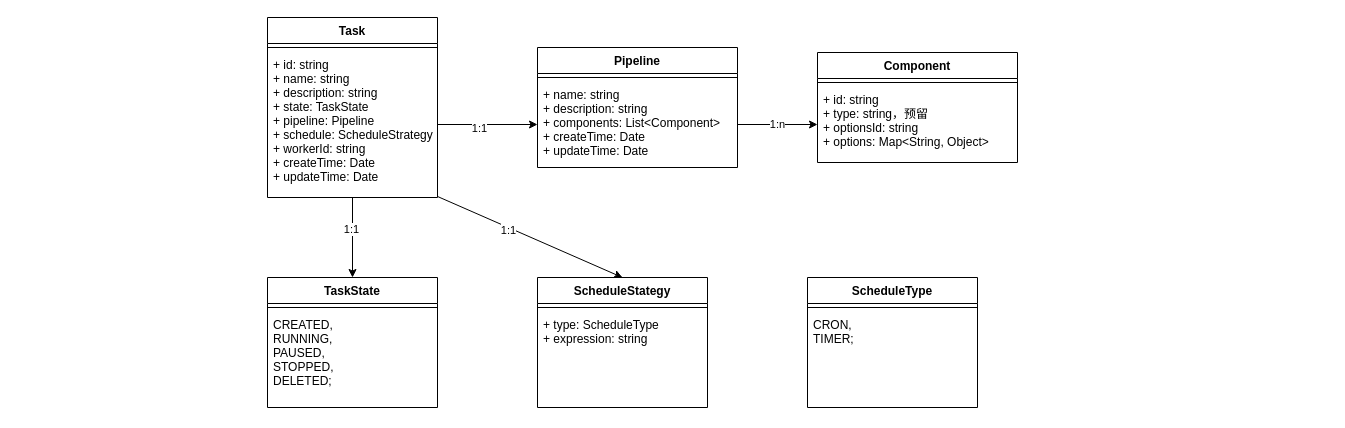
This is page "领域模型" (3 of 12) of 自助式接入.drawio from dophinlife/drawio, a draw.io file, before an edit. Source tidied: cells renumbered, new cells numbered last; positions are measured from the earlier drawing's top-left corner, leaving out a move shared by most shapes. Both pictures are drawn from the tidied source at 100%, with x=0, y=0 at pixel (267, 17).
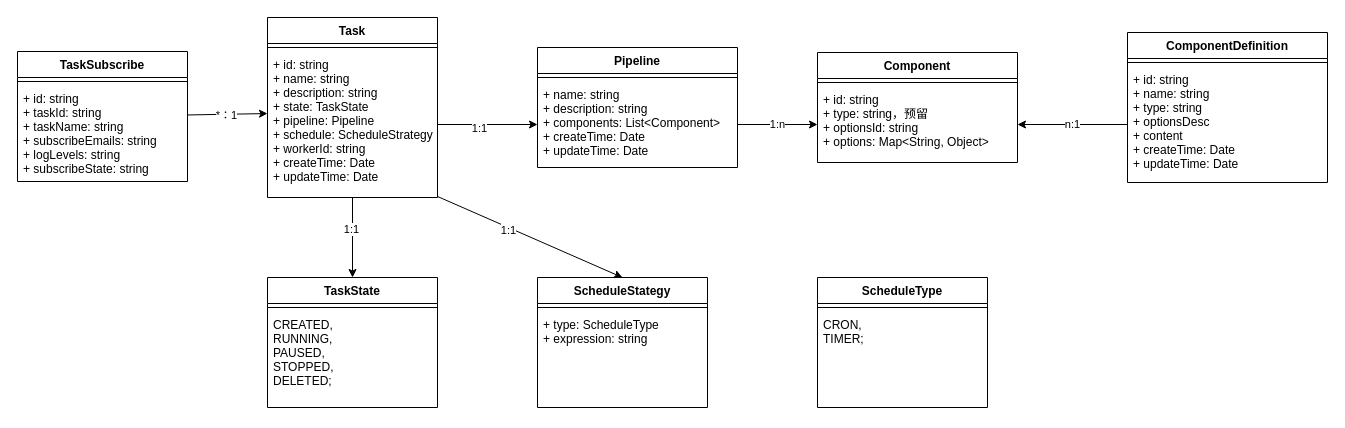
The same page after the edit.

Unchanged cells that the change refers to:
```xml
<mxCell id="11" value="+ id: string&#10;+ name: string&#10;+ description: string&#10;+ state: TaskState&#10;+ pipeline: Pipeline&#10;+ schedule: ScheduleStrategy&#10;+ workerId: string&#10;+ createTime: Date&#10;+ updateTime: Date" style="text;strokeColor=none;fillColor=none;align=left;verticalAlign=top;spacingLeft=4;spacingRight=4;overflow=hidden;points=[[0,0.5],[1,0.5]];portConstraint=eastwest;" parent="9" vertex="1">
  <mxGeometry y="34" width="170" height="146" as="geometry" />
</mxCell>
<mxCell id="15" value="+ id: string&#10;+ type: string，预留&#10;+ optionsId: string&#10;+ options: Map&lt;String, Object&gt;" style="text;strokeColor=none;fillColor=none;align=left;verticalAlign=top;spacingLeft=4;spacingRight=4;overflow=hidden;points=[[0,0.5],[1,0.5]];portConstraint=eastwest;" parent="13" vertex="1">
  <mxGeometry y="34" width="200" height="76" as="geometry" />
</mxCell>
```

Change to the diagram source:
```diff
@@
-    <mxCell id="19" value="ScheduleStategy" style="swimlane;fontStyle=1;align=center;verticalAlign=top;horizontal=1;startSize=26;" parent="1" vertex="1">
-      <mxGeometry x="270" y="260" width="170" height="130" as="geometry" />
-    </mxCell>
-    <mxCell id="20" style="line;strokeWidth=1;fillColor=none;align=left;verticalAlign=middle;spacingTop=-1;spacingLeft=3;spacingRight=3;labelPosition=right;" parent="19" vertex="1">
-      <mxGeometry y="26" width="170" height="8" as="geometry" />
-    </mxCell>
-    <mxCell id="21" value="+ type: ScheduleType&#10;+ expression: string" style="text;strokeColor=none;fillColor=none;align=left;verticalAlign=top;spacingLeft=4;spacingRight=4;overflow=hidden;" parent="19" vertex="1">
-      <mxGeometry y="34" width="170" height="96" as="geometry" />
-    </mxCell>
@@
     <mxCell id="24" value="ScheduleType" style="swimlane;fontStyle=1;align=center;verticalAlign=top;horizontal=1;startSize=26;" parent="1" vertex="1">
-      <mxGeometry x="540" y="260" width="170" height="130" as="geometry" />
+      <mxGeometry x="550" y="260" width="170" height="130" as="geometry" />
     </mxCell>
@@
+    <mxCell id="27" value="n:1" style="edgeStyle=none;rounded=0;jettySize=auto;html=1;" parent="1" edge="1" source="30" target="15">
+      <mxGeometry relative="1" as="geometry" />
+    </mxCell>
+    <mxCell id="28" value="ComponentDefinition" style="swimlane;fontStyle=1;align=center;verticalAlign=top;horizontal=1;startSize=26;" parent="1" vertex="1">
+      <mxGeometry x="860" y="15" width="200" height="150" as="geometry" />
+    </mxCell>
+    <mxCell id="29" style="line;strokeWidth=1;fillColor=none;align=left;verticalAlign=middle;spacingTop=-1;spacingLeft=3;spacingRight=3;labelPosition=right;" parent="28" vertex="1">
+      <mxGeometry y="26" width="200" height="8" as="geometry" />
+    </mxCell>
+    <mxCell id="30" value="+ id: string&#10;+ name: string&#10;+ type: string&#10;+ optionsDesc&#10;+ content&#10;+ createTime: Date&#10;+ updateTime: Date" style="text;strokeColor=none;fillColor=none;align=left;verticalAlign=top;spacingLeft=4;spacingRight=4;overflow=hidden;points=[[0,0.5],[1,0.5]];portConstraint=eastwest;" parent="28" vertex="1">
+      <mxGeometry y="34" width="200" height="116" as="geometry" />
+    </mxCell>
+    <mxCell id="19" value="ScheduleStategy" style="swimlane;fontStyle=1;align=center;verticalAlign=top;horizontal=1;startSize=26;" parent="1" vertex="1">
+      <mxGeometry x="270" y="260" width="170" height="130" as="geometry" />
+    </mxCell>
+    <mxCell id="20" style="line;strokeWidth=1;fillColor=none;align=left;verticalAlign=middle;spacingTop=-1;spacingLeft=3;spacingRight=3;labelPosition=right;" parent="19" vertex="1">
+      <mxGeometry y="26" width="170" height="8" as="geometry" />
+    </mxCell>
+    <mxCell id="21" value="+ type: ScheduleType&#10;+ expression: string" style="text;strokeColor=none;fillColor=none;align=left;verticalAlign=top;spacingLeft=4;spacingRight=4;overflow=hidden;" parent="19" vertex="1">
+      <mxGeometry y="34" width="170" height="96" as="geometry" />
+    </mxCell>
+    <mxCell id="31" style="edgeStyle=none;rounded=0;jettySize=auto;html=1;entryX=0;entryY=0.425;entryDx=0;entryDy=0;entryPerimeter=0;" parent="1" edge="1" source="33" target="11">
+      <mxGeometry relative="1" as="geometry" />
+    </mxCell>
+    <mxCell id="32" value="*：1" style="edgeLabel;html=1;align=center;verticalAlign=middle;" parent="31" vertex="1">
+      <mxGeometry x="-0.05" y="-1" relative="1" as="geometry" />
+    </mxCell>
+    <mxCell id="33" value="TaskSubscribe" style="swimlane;fontStyle=1;align=center;verticalAlign=top;horizontal=1;startSize=26;" parent="1" vertex="1">
+      <mxGeometry x="-250" y="34" width="170" height="130" as="geometry" />
+    </mxCell>
+    <mxCell id="34" style="line;strokeWidth=1;fillColor=none;align=left;verticalAlign=middle;spacingTop=-1;spacingLeft=3;spacingRight=3;labelPosition=right;" parent="33" vertex="1">
+      <mxGeometry y="26" width="170" height="8" as="geometry" />
+    </mxCell>
+    <mxCell id="35" value="+ id: string&#10;+ taskId: string&#10;+ taskName: string&#10;+ subscribeEmails: string&#10;+ logLevels: string&#10;+ subscribeState: string" style="text;strokeColor=none;fillColor=none;align=left;verticalAlign=top;spacingLeft=4;spacingRight=4;overflow=hidden;" parent="33" vertex="1">
+      <mxGeometry y="34" width="170" height="96" as="geometry" />
+    </mxCell>
```
